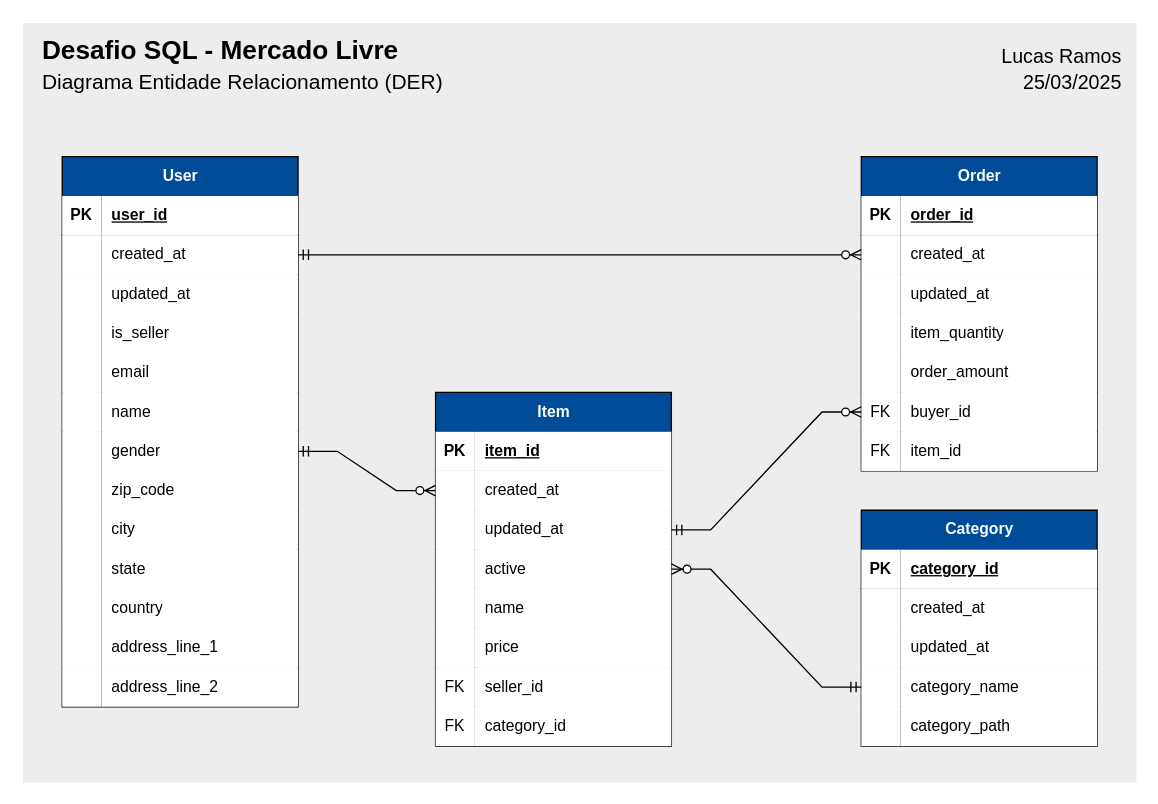
ramoslucas-lr/meli-sql-challenge keeps this draw.io diagram as er_diagrams/meli-sql-challenge-DER.drawio. Above is the earlier version. Source tidied: cells renumbered, new cells numbered last; positions are measured from the earlier drawing's top-left corner, leaving out a move shared by most shapes. Both pictures are drawn from the tidied source at 131%, with x=0, y=0 at pixel (22, 22).
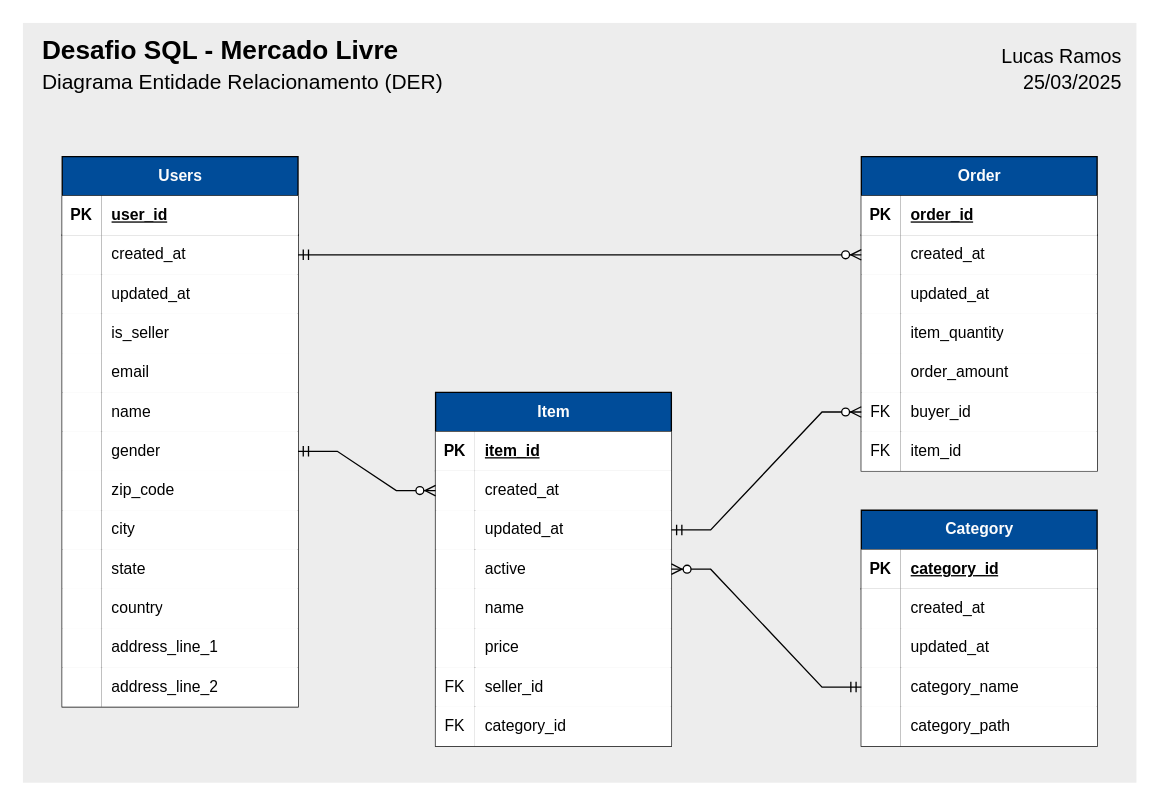
The same diagram, later.

Commit message (it also covers changes not shown here):
fix: change table name to users to avoid reserved word

Diff of the diagram source:
```diff
@@
-    <mxCell id="3" value="User" style="shape=table;startSize=30;childLayout=tableLayout;rowLines=0;fontStyle=1;align=center;html=1;fillColor=#004C99;fontColor=#FCFCFC;" parent="1" vertex="1">
+    <mxCell id="3" value="Users" style="shape=table;startSize=30;childLayout=tableLayout;rowLines=0;fontStyle=1;align=center;html=1;fillColor=#004C99;fontColor=#FCFCFC;" parent="1" vertex="1">
       <mxGeometry x="30" y="102" width="180" height="420" as="geometry" />
     </mxCell>
```
